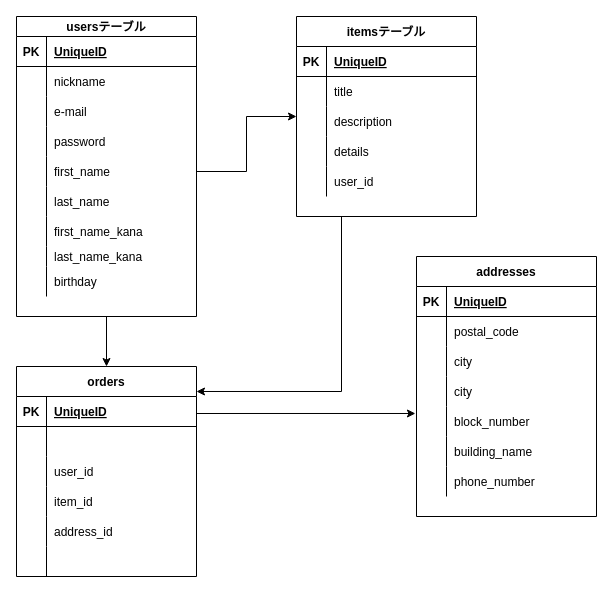
Earlier version of the draw.io diagram test.dio (kakeru0129/furima-35417). Source tidied: cells renumbered, new cells numbered last; positions are measured from the earlier drawing's top-left corner, leaving out a move shared by most shapes. Both pictures are drawn from the tidied source at 100%, with x=0, y=0 at pixel (16, 16).
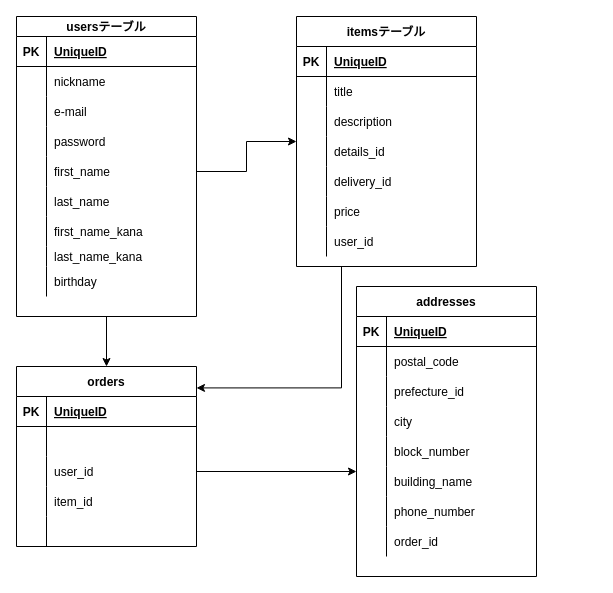
The same diagram, later.

Commit message (it also covers changes not shown here):
テータベース設計修正

Unchanged cells that the change refers to:
```xml
<mxCell id="42" style="shape=partialRectangle;fillColor=none;top=0;left=0;bottom=0;right=0;" parent="32" vertex="1">
  <mxGeometry y="120" width="180" height="30" as="geometry" />
</mxCell>
<mxCell id="52" style="shape=partialRectangle;fillColor=none;top=0;left=0;bottom=0;right=0;points=[[0,0.5],[1,0.5]];portConstraint=eastwest;" parent="48" vertex="1">
  <mxGeometry y="60" width="180" height="30" as="geometry" />
</mxCell>
<mxCell id="55" style="shape=partialRectangle;fillColor=none;top=0;left=0;bottom=0;right=0;points=[[0,0.5],[1,0.5]];portConstraint=eastwest;" parent="48" vertex="1">
  <mxGeometry y="90" width="180" height="30" as="geometry" />
</mxCell>
<mxCell id="74" style="shape=partialRectangle;fillColor=none;top=0;left=0;bottom=0;right=0;" parent="67" vertex="1">
  <mxGeometry y="90" width="180" height="30" as="geometry" />
</mxCell>
<mxCell id="80" style="shape=partialRectangle;fillColor=none;top=0;left=0;bottom=0;right=0;points=[[0,0.5],[1,0.5]];portConstraint=eastwest;" parent="67" vertex="1">
  <mxGeometry y="150" width="180" height="30" as="geometry" />
</mxCell>
<mxCell id="83" style="shape=partialRectangle;fillColor=none;top=0;left=0;bottom=0;right=0;points=[[0,0.5],[1,0.5]];portConstraint=eastwest;" parent="67" vertex="1">
  <mxGeometry y="180" width="180" height="30" as="geometry" />
</mxCell>
```

Change to the diagram source:
```diff
@@
     <mxCell id="32" value="itemsテーブル" style="shape=table;startSize=30;childLayout=tableLayout;rowLines=0;fontStyle=1;align=center;" parent="1" vertex="1">
-      <mxGeometry x="280" width="180" height="200" as="geometry" />
+      <mxGeometry x="280" width="180" height="250" as="geometry" />
     </mxCell>
@@
-    <mxCell id="44" value="details" style="shape=partialRectangle;fillColor=none;top=0;left=0;bottom=0;right=0;align=left;spacingLeft=6;overflow=hidden;" parent="42" vertex="1">
+    <mxCell id="44" value="details_id" style="shape=partialRectangle;fillColor=none;top=0;left=0;bottom=0;right=0;align=left;spacingLeft=6;overflow=hidden;" parent="42" vertex="1">
       <mxGeometry x="30" width="150" height="30" as="geometry" />
     </mxCell>
+    <mxCell id="91" style="shape=partialRectangle;fillColor=none;top=0;left=0;bottom=0;right=0;" parent="32" vertex="1">
+      <mxGeometry y="150" width="180" height="30" as="geometry" />
+    </mxCell>
+    <mxCell id="92" style="shape=partialRectangle;fillColor=none;top=0;left=0;bottom=0;right=0;overflow=hidden;" parent="91" vertex="1">
+      <mxGeometry width="30" height="30" as="geometry" />
+    </mxCell>
+    <mxCell id="93" value="delivery_id" style="shape=partialRectangle;fillColor=none;top=0;left=0;bottom=0;right=0;align=left;spacingLeft=6;overflow=hidden;" parent="91" vertex="1">
+      <mxGeometry x="30" width="150" height="30" as="geometry" />
+    </mxCell>
+    <mxCell id="94" style="shape=partialRectangle;fillColor=none;top=0;left=0;bottom=0;right=0;" parent="32" vertex="1">
+      <mxGeometry y="180" width="180" height="30" as="geometry" />
+    </mxCell>
+    <mxCell id="95" style="shape=partialRectangle;fillColor=none;top=0;left=0;bottom=0;right=0;overflow=hidden;" parent="94" vertex="1">
+      <mxGeometry width="30" height="30" as="geometry" />
+    </mxCell>
+    <mxCell id="96" value="price" style="shape=partialRectangle;fillColor=none;top=0;left=0;bottom=0;right=0;align=left;spacingLeft=6;overflow=hidden;" parent="94" vertex="1">
+      <mxGeometry x="30" width="150" height="30" as="geometry" />
+    </mxCell>
     <mxCell id="45" style="shape=partialRectangle;fillColor=none;top=0;left=0;bottom=0;right=0;" parent="32" vertex="1">
-      <mxGeometry y="150" width="180" height="30" as="geometry" />
+      <mxGeometry y="210" width="180" height="30" as="geometry" />
     </mxCell>
@@
     <mxCell id="48" value="orders" style="shape=table;startSize=30;childLayout=tableLayout;rowLines=0;fontStyle=1;align=center;" parent="1" vertex="1">
-      <mxGeometry y="350" width="180" height="210" as="geometry" />
+      <mxGeometry y="350" width="180" height="180" as="geometry" />
     </mxCell>
@@
-    <mxCell id="61" style="shape=partialRectangle;fillColor=none;top=0;left=0;bottom=0;right=0;" parent="48" vertex="1">
-      <mxGeometry y="150" width="180" height="30" as="geometry" />
-    </mxCell>
-    <mxCell id="62" style="shape=partialRectangle;fillColor=none;top=0;left=0;bottom=0;right=0;overflow=hidden;" parent="61" vertex="1">
-      <mxGeometry width="30" height="30" as="geometry" />
-    </mxCell>
-    <mxCell id="63" value="address_id" style="shape=partialRectangle;fillColor=none;top=0;left=0;bottom=0;right=0;align=left;spacingLeft=6;overflow=hidden;" parent="61" vertex="1">
-      <mxGeometry x="30" width="150" height="30" as="geometry" />
-    </mxCell>
     <mxCell id="64" style="shape=partialRectangle;fillColor=none;top=0;left=0;bottom=0;right=0;" parent="48" vertex="1">
-      <mxGeometry y="180" width="180" height="30" as="geometry" />
+      <mxGeometry y="150" width="180" height="30" as="geometry" />
     </mxCell>
@@
     <mxCell id="67" value="addresses" style="shape=table;startSize=30;childLayout=tableLayout;rowLines=0;fontStyle=1;align=center;" parent="1" vertex="1">
-      <mxGeometry x="400" y="240" width="180" height="260" as="geometry" />
+      <mxGeometry x="340" y="270" width="180" height="290" as="geometry" />
     </mxCell>
@@
-    <mxCell id="76" value="city" style="shape=partialRectangle;fillColor=none;top=0;left=0;bottom=0;right=0;align=left;spacingLeft=6;overflow=hidden;" parent="74" vertex="1">
+    <mxCell id="76" value="prefecture_id" style="shape=partialRectangle;fillColor=none;top=0;left=0;bottom=0;right=0;align=left;spacingLeft=6;overflow=hidden;" parent="74" vertex="1">
       <mxGeometry x="30" width="150" height="30" as="geometry" />
     </mxCell>
@@
+    <mxCell id="61" style="shape=partialRectangle;fillColor=none;top=0;left=0;bottom=0;right=0;" parent="67" vertex="1">
+      <mxGeometry y="240" width="180" height="30" as="geometry" />
+    </mxCell>
+    <mxCell id="62" style="shape=partialRectangle;fillColor=none;top=0;left=0;bottom=0;right=0;overflow=hidden;" parent="61" vertex="1">
+      <mxGeometry width="30" height="30" as="geometry" />
+    </mxCell>
+    <mxCell id="63" value="order_id" style="shape=partialRectangle;fillColor=none;top=0;left=0;bottom=0;right=0;align=left;spacingLeft=6;overflow=hidden;" parent="61" vertex="1">
+      <mxGeometry x="30" width="150" height="30" as="geometry" />
+    </mxCell>
@@
-    <mxCell id="90" style="edgeStyle=orthogonalEdgeStyle;rounded=0;jettySize=auto;html=1;exitX=1;exitY=0.5;exitDx=0;exitDy=0;entryX=-0.006;entryY=0.233;entryDx=0;entryDy=0;entryPerimeter=0;" parent="1" edge="1" source="52" target="80">
-      <mxGeometry relative="1" as="geometry">
-        <Array as="points">
-          <mxPoint x="180" y="397" />
-        </Array>
-      </mxGeometry>
-    </mxCell>
+    <mxCell id="97" style="edgeStyle=orthogonalEdgeStyle;rounded=0;jettySize=auto;html=1;exitX=1;exitY=0.5;exitDx=0;exitDy=0;entryX=0;entryY=0.167;entryDx=0;entryDy=0;entryPerimeter=0;" parent="1" edge="1" source="55" target="83">
+      <mxGeometry relative="1" as="geometry" />
+    </mxCell>
```
